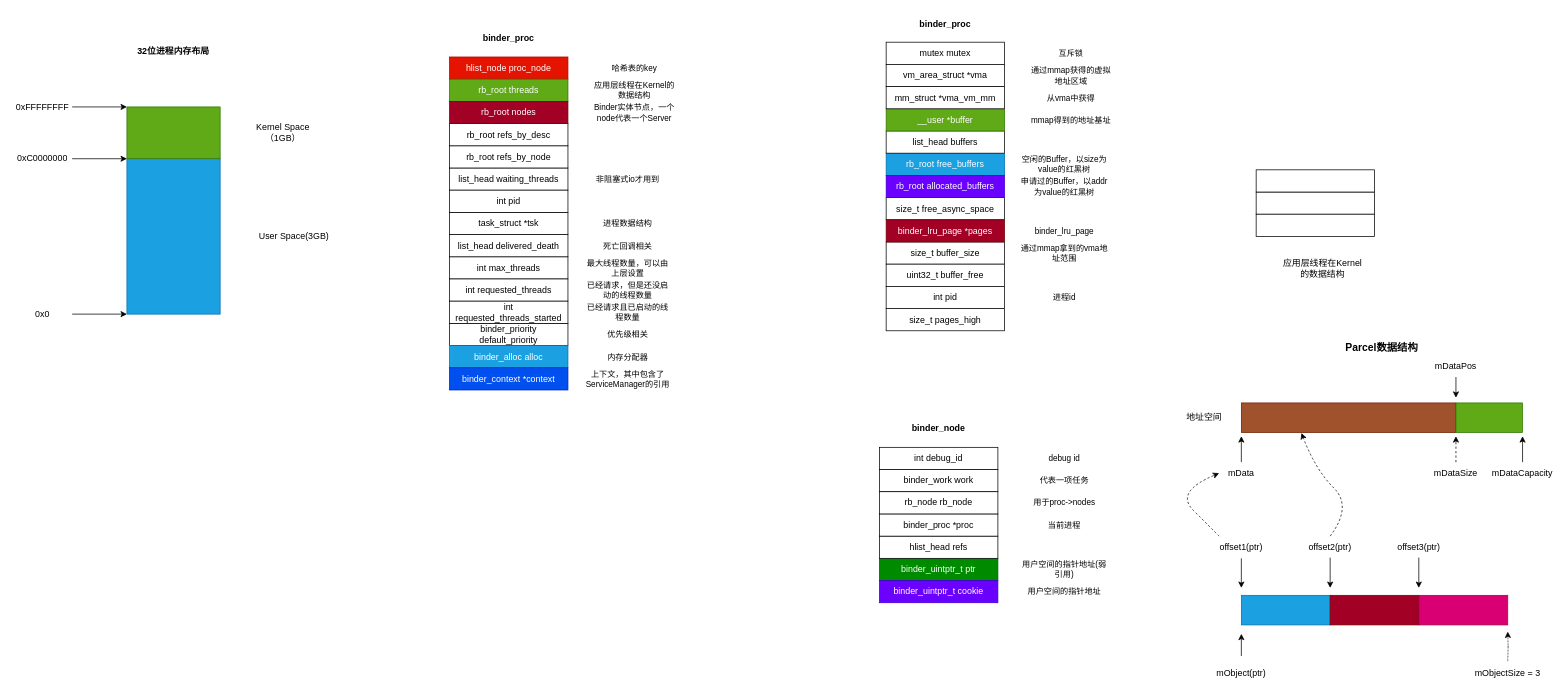
Above: android/未命名绘图.drawio in dddjjq/CodeRead (draw.io), before the change. Source tidied: cells renumbered, new cells numbered last; positions are measured from the earlier drawing's top-left corner, leaving out a move shared by most shapes. Both pictures are drawn from the tidied source at 74%, with x=0, y=0 at pixel (13, 12).
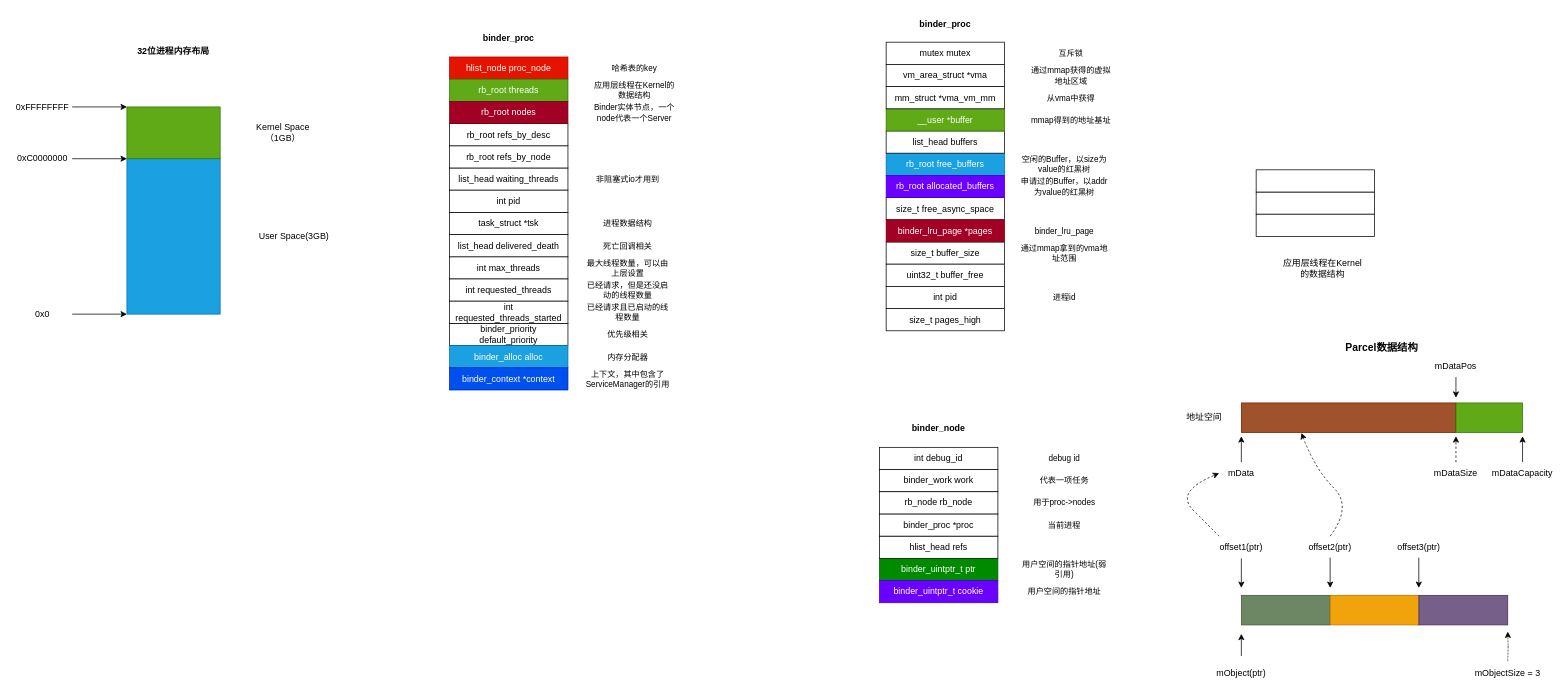
The same page after the edit.

Diff of the diagram source:
```diff
@@
-    <mxCell id="83" style="rounded=0;whiteSpace=wrap;html=1;fillColor=#1ba1e2;fontColor=#ffffff;strokeColor=#006EAF;" parent="1" vertex="1">
+    <mxCell id="83" style="rounded=0;whiteSpace=wrap;html=1;fillColor=#6d8764;fontColor=#ffffff;strokeColor=#3A5431;" parent="1" vertex="1">
       <mxGeometry x="1660" y="788" width="120" height="40" as="geometry" />
     </mxCell>
@@
-    <mxCell id="85" style="rounded=0;whiteSpace=wrap;html=1;fillColor=#a20025;fontColor=#ffffff;strokeColor=#6F0000;" parent="1" vertex="1">
+    <mxCell id="85" style="rounded=0;whiteSpace=wrap;html=1;fillColor=#f0a30a;fontColor=#000000;strokeColor=#BD7000;" parent="1" vertex="1">
       <mxGeometry x="1780" y="788" width="120" height="40" as="geometry" />
     </mxCell>
-    <mxCell id="86" style="rounded=0;whiteSpace=wrap;html=1;fillColor=#d80073;fontColor=#ffffff;strokeColor=#A50040;" parent="1" vertex="1">
+    <mxCell id="86" style="rounded=0;whiteSpace=wrap;html=1;fillColor=#76608a;fontColor=#ffffff;strokeColor=#432D57;" parent="1" vertex="1">
       <mxGeometry x="1900" y="788" width="120" height="40" as="geometry" />
     </mxCell>
```
